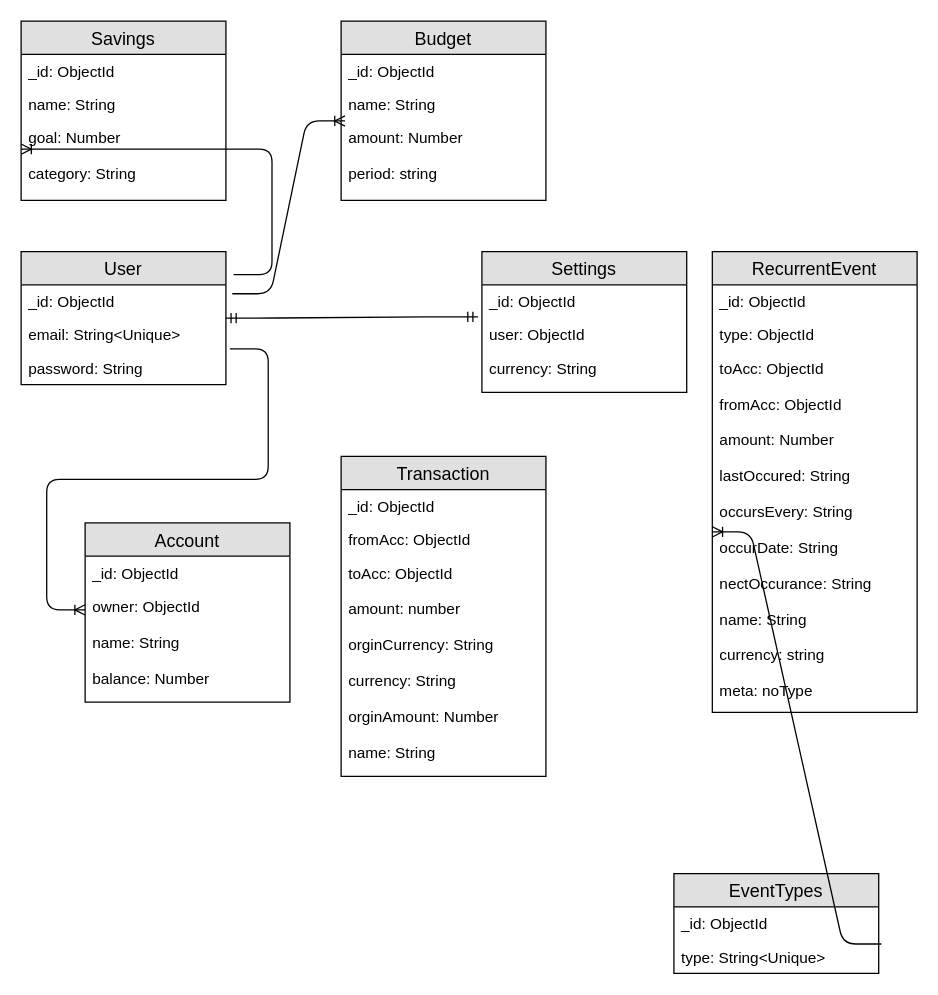
cashflow-dev/meta-data keeps this draw.io diagram as database/databasedesign.drawio. Above is the earlier version. Source tidied: cells renumbered, new cells numbered last; positions are measured from the earlier drawing's top-left corner, leaving out a move shared by most shapes. Both pictures are drawn from the tidied source at 128%, with x=0, y=0 at pixel (20, 20).
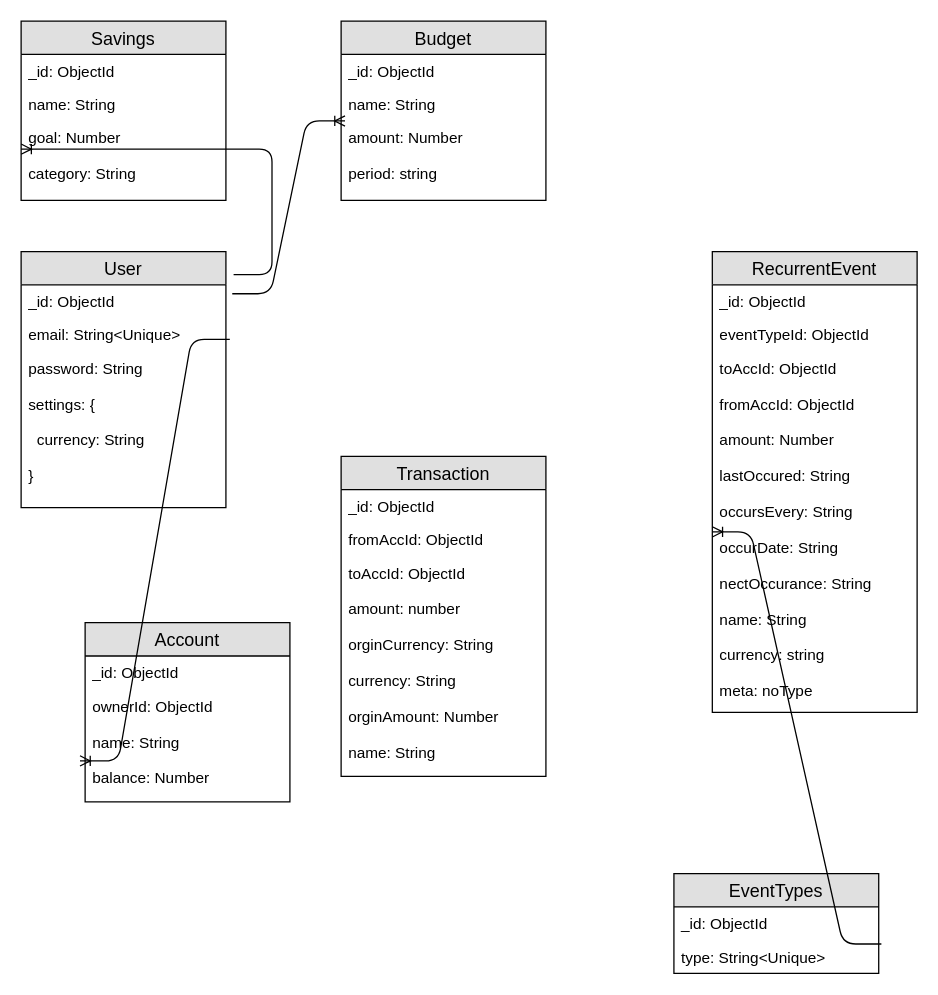
The same diagram, later.

Commit message (it also covers changes not shown here):
Update datebase design

Unchanged cells that the change refers to:
```xml
<mxCell id="4" value="email: String&lt;Unique&gt;" style="text;strokeColor=none;fillColor=none;spacingLeft=4;spacingRight=4;overflow=hidden;points=[[0,0.5],[1,0.5]];portConstraint=eastwest;fontSize=12;" parent="2" vertex="1">
  <mxGeometry y="52" width="160" height="26" as="geometry" />
</mxCell>
<mxCell id="6" value="Transaction" style="swimlane;fontStyle=0;horizontal=1;startSize=26;fillColor=#e0e0e0;swimlaneFillColor=#ffffff;align=center;fontSize=14;" parent="1" vertex="1">
  <mxGeometry x="250" y="340" width="160" height="250" as="geometry" />
</mxCell>
<mxCell id="17" value="RecurrentEvent" style="swimlane;fontStyle=0;horizontal=1;startSize=26;fillColor=#e0e0e0;swimlaneFillColor=#ffffff;align=center;fontSize=14;" parent="1" vertex="1">
  <mxGeometry x="540" y="180" width="160" height="360" as="geometry" />
</mxCell>
```

Diff of the diagram source:
```diff
@@
     <mxCell id="2" value="User" style="swimlane;fontStyle=0;horizontal=1;startSize=26;fillColor=#e0e0e0;swimlaneFillColor=#ffffff;align=center;fontSize=14;" parent="1" vertex="1">
-      <mxGeometry y="180" width="160" height="104" as="geometry" />
+      <mxGeometry y="180" width="160" height="200" as="geometry" />
     </mxCell>
@@
-    <mxCell id="5" value="password: String" style="text;strokeColor=none;fillColor=none;spacingLeft=4;spacingRight=4;overflow=hidden;points=[[0,0.5],[1,0.5]];portConstraint=eastwest;fontSize=12;" parent="2" vertex="1">
-      <mxGeometry y="78" width="160" height="26" as="geometry" />
+    <mxCell id="5" value="password: String&#10;&#10;settings: {&#10;&#10;  currency: String&#10;&#10;}&#10;" style="text;strokeColor=none;fillColor=none;spacingLeft=4;spacingRight=4;overflow=hidden;points=[[0,0.5],[1,0.5]];portConstraint=eastwest;fontSize=12;" parent="2" vertex="1">
+      <mxGeometry y="78" width="160" height="122" as="geometry" />
     </mxCell>
@@
-    <mxCell id="8" value="fromAcc: ObjectId" style="text;strokeColor=none;fillColor=none;spacingLeft=4;spacingRight=4;overflow=hidden;fontSize=12;" parent="6" vertex="1">
+    <mxCell id="8" value="fromAccId: ObjectId" style="text;strokeColor=none;fillColor=none;spacingLeft=4;spacingRight=4;overflow=hidden;fontSize=12;" parent="6" vertex="1">
       <mxGeometry y="52" width="160" height="26" as="geometry" />
     </mxCell>
-    <mxCell id="9" value="toAcc: ObjectId&#10;&#10;amount: number&#10;&#10;orginCurrency: String&#10;&#10;currency: String&#10;&#10;orginAmount: Number&#10;&#10;name: String&#10;" style="text;strokeColor=none;fillColor=none;spacingLeft=4;spacingRight=4;overflow=hidden;fontSize=12;" parent="6" vertex="1">
+    <mxCell id="9" value="toAccId: ObjectId&#10;&#10;amount: number&#10;&#10;orginCurrency: String&#10;&#10;currency: String&#10;&#10;orginAmount: Number&#10;&#10;name: String&#10;" style="text;strokeColor=none;fillColor=none;spacingLeft=4;spacingRight=4;overflow=hidden;fontSize=12;" parent="6" vertex="1">
       <mxGeometry y="78" width="160" height="172" as="geometry" />
     </mxCell>
-    <mxCell id="10" value="Settings" style="swimlane;fontStyle=0;horizontal=1;startSize=26;fillColor=#e0e0e0;swimlaneFillColor=#ffffff;align=center;fontSize=14;" parent="1" vertex="1">
-      <mxGeometry x="360" y="180" width="160" height="110" as="geometry" />
-    </mxCell>
-    <mxCell id="11" value="_id: ObjectId" style="text;strokeColor=none;fillColor=none;spacingLeft=4;spacingRight=4;overflow=hidden;points=[[0,0.5],[1,0.5]];portConstraint=eastwest;fontSize=12;" parent="10" vertex="1">
-      <mxGeometry y="26" width="160" height="26" as="geometry" />
-    </mxCell>
-    <mxCell id="12" value="user: ObjectId" style="text;strokeColor=none;fillColor=none;spacingLeft=4;spacingRight=4;overflow=hidden;fontSize=12;" parent="10" vertex="1">
-      <mxGeometry y="52" width="160" height="26" as="geometry" />
-    </mxCell>
-    <mxCell id="13" value="currency: String&#10;" style="text;strokeColor=none;fillColor=none;spacingLeft=4;spacingRight=4;overflow=hidden;fontSize=12;" parent="10" vertex="1">
-      <mxGeometry y="78" width="160" height="32" as="geometry" />
-    </mxCell>
@@
-    <mxCell id="19" value="type: ObjectId" style="text;strokeColor=none;fillColor=none;spacingLeft=4;spacingRight=4;overflow=hidden;fontSize=12;" parent="17" vertex="1">
+    <mxCell id="19" value="eventTypeId: ObjectId" style="text;strokeColor=none;fillColor=none;spacingLeft=4;spacingRight=4;overflow=hidden;fontSize=12;" parent="17" vertex="1">
       <mxGeometry y="52" width="160" height="26" as="geometry" />
     </mxCell>
-    <mxCell id="20" value="toAcc: ObjectId&#10;&#10;fromAcc: ObjectId&#10;&#10;amount: Number&#10;&#10;lastOccured: String&#10;&#10;occursEvery: String&#10;&#10;occurDate: String&#10;&#10;nectOccurance: String&#10;&#10;name: String&#10;&#10;currency: string&#10;&#10;meta: noType&#10;" style="text;strokeColor=none;fillColor=none;spacingLeft=4;spacingRight=4;overflow=hidden;points=[[0,0.5],[1,0.5]];portConstraint=eastwest;fontSize=12;" parent="17" vertex="1">
+    <mxCell id="20" value="toAccId: ObjectId&#10;&#10;fromAccId: ObjectId&#10;&#10;amount: Number&#10;&#10;lastOccured: String&#10;&#10;occursEvery: String&#10;&#10;occurDate: String&#10;&#10;nectOccurance: String&#10;&#10;name: String&#10;&#10;currency: string&#10;&#10;meta: noType&#10;" style="text;strokeColor=none;fillColor=none;spacingLeft=4;spacingRight=4;overflow=hidden;points=[[0,0.5],[1,0.5]];portConstraint=eastwest;fontSize=12;" parent="17" vertex="1">
       <mxGeometry y="78" width="160" height="282" as="geometry" />
     </mxCell>
     <mxCell id="21" value="Account" style="swimlane;fontStyle=0;horizontal=1;startSize=26;fillColor=#e0e0e0;swimlaneFillColor=#ffffff;align=center;fontSize=14;" parent="1" vertex="1">
-      <mxGeometry x="50" y="392" width="160" height="140" as="geometry" />
+      <mxGeometry x="50" y="470" width="160" height="140" as="geometry" />
     </mxCell>
@@
-    <mxCell id="23" value="owner: ObjectId&#10;&#10;name: String&#10;&#10;balance: Number&#10;" style="text;strokeColor=none;fillColor=none;spacingLeft=4;spacingRight=4;overflow=hidden;points=[[0,0.5],[1,0.5]];portConstraint=eastwest;fontSize=12;" parent="21" vertex="1">
+    <mxCell id="23" value="ownerId: ObjectId&#10;&#10;name: String&#10;&#10;balance: Number&#10;" style="text;strokeColor=none;fillColor=none;spacingLeft=4;spacingRight=4;overflow=hidden;points=[[0,0.5],[1,0.5]];portConstraint=eastwest;fontSize=12;" parent="21" vertex="1">
       <mxGeometry y="52" width="160" height="88" as="geometry" />
     </mxCell>
@@
-    <mxCell id="32" style="edgeStyle=entityRelationEdgeStyle;fontSize=12;html=1;endArrow=ERmandOne;startArrow=ERmandOne;entryX=-0.019;entryY=0.962;entryDx=0;entryDy=0;entryPerimeter=0;exitX=1;exitY=0;exitDx=0;exitDy=0;exitPerimeter=0;" parent="1" edge="1" source="4" target="11">
-      <mxGeometry relative="1" as="geometry" />
-    </mxCell>
-    <mxCell id="33" style="edgeStyle=entityRelationEdgeStyle;fontSize=12;html=1;endArrow=ERoneToMany;exitX=1.019;exitY=-0.077;exitDx=0;exitDy=0;exitPerimeter=0;" parent="1" edge="1" source="5">
-      <mxGeometry relative="1" as="geometry">
-        <mxPoint x="50" y="460" as="targetPoint" />
-      </mxGeometry>
+    <mxCell id="33" style="edgeStyle=entityRelationEdgeStyle;fontSize=12;html=1;endArrow=ERoneToMany;exitX=1.019;exitY=-0.077;exitDx=0;exitDy=0;exitPerimeter=0;entryX=-0.025;entryY=0.636;entryDx=0;entryDy=0;entryPerimeter=0;" parent="1" edge="1" source="5" target="23">
+      <mxGeometry relative="1" as="geometry" />
     </mxCell>
```
